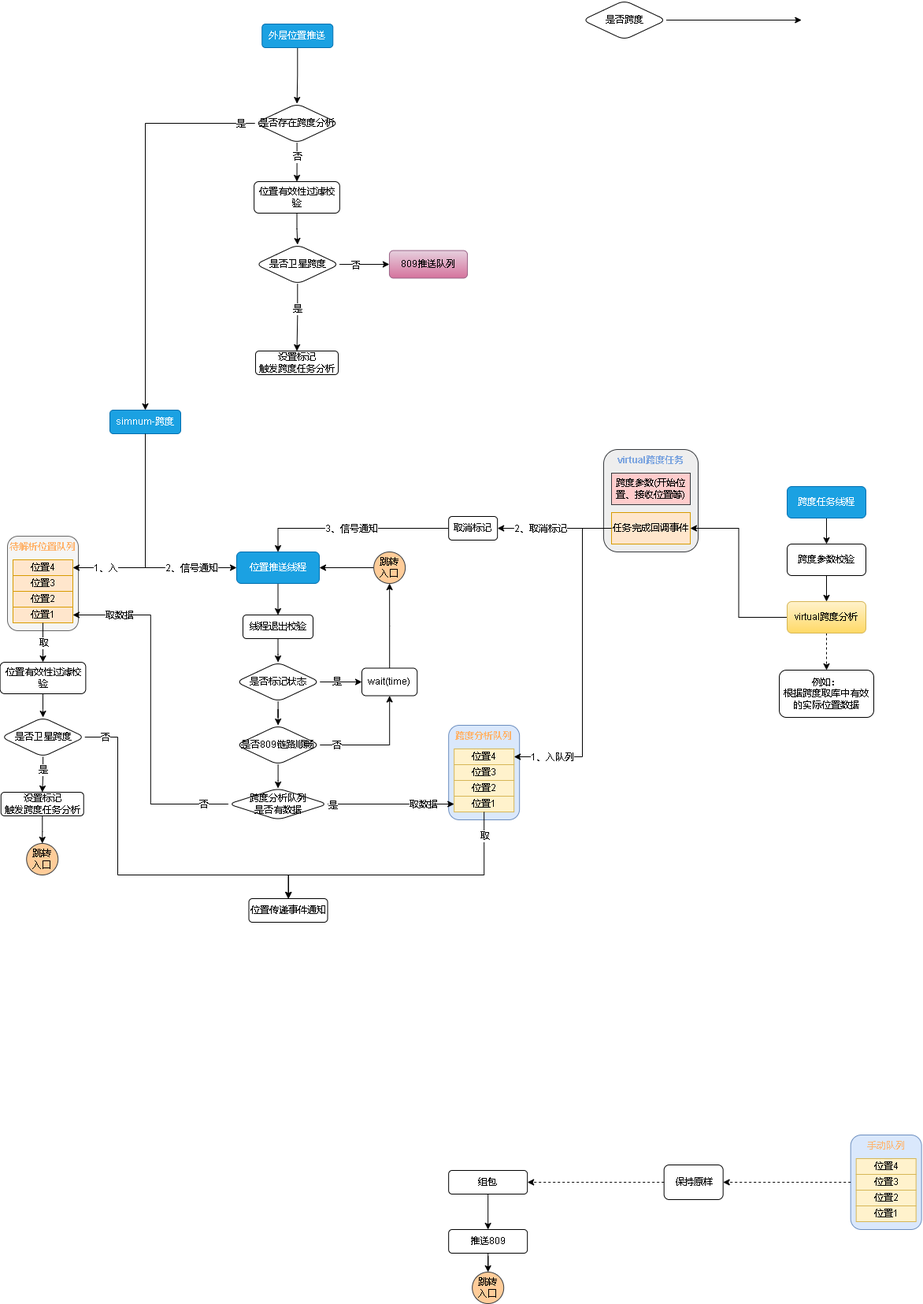
Above: 809数据跨度.drawio.png in xktder/draw (draw.io), before the change. Source tidied: cells renumbered, new cells last; positions are measured from the earlier drawing's top-left corner, leaving out a move shared by most shapes.
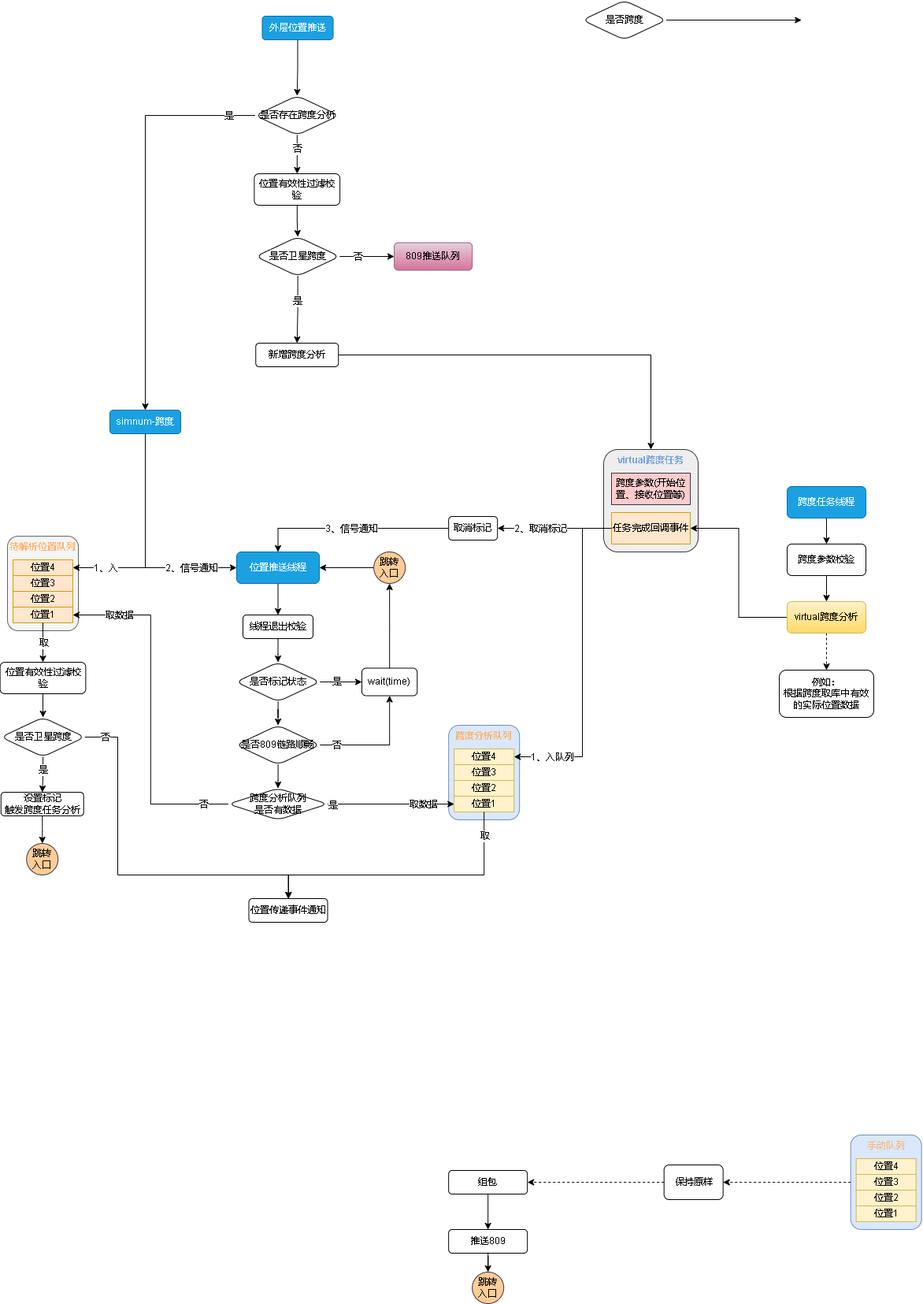
Above is the later version.

Commit message:
更新809数据跨度.drawio.png

Diff of the diagram source:
```diff
@@ -317,7 +317,7 @@
       <mxGeometry relative="1" as="geometry" />
     </mxCell>
     <mxCell id="91" value="外层位置推送" style="rounded=1;whiteSpace=wrap;html=1;fillColor=#1ba1e2;fontColor=#ffffff;strokeColor=#006EAF;" parent="1" vertex="1">
-      <mxGeometry x="332.3" y="30" width="90" height="30" as="geometry" />
+      <mxGeometry x="332.5" y="20" width="90" height="30" as="geometry" />
     </mxCell>
     <mxCell id="92" style="edgeStyle=orthogonalEdgeStyle;rounded=0;jettySize=auto;html=1;fontColor=#7EA6E0;" parent="1" edge="1" source="93">
       <mxGeometry relative="1" as="geometry">
@@ -331,7 +331,7 @@
       <mxGeometry relative="1" as="geometry" />
     </mxCell>
     <mxCell id="95" value="位置有效性过滤校验" style="rounded=1;whiteSpace=wrap;html=1;fontFamily=Helvetica;fontSize=12;fontColor=default;align=center;strokeColor=default;fillColor=default;" parent="1" vertex="1">
-      <mxGeometry x="322.1" y="230" width="108.8" height="40" as="geometry" />
+      <mxGeometry x="322.4" y="220" width="108.8" height="40" as="geometry" />
     </mxCell>
     <mxCell id="96" style="edgeStyle=orthogonalEdgeStyle;rounded=0;jettySize=auto;html=1;fontColor=#000000;entryX=0.5;entryY=0;entryDx=0;entryDy=0;" parent="1" edge="1" source="100" target="101">
       <mxGeometry relative="1" as="geometry" />
@@ -344,14 +344,17 @@
     </mxCell>
     <mxCell id="99" value="否" style="edgeLabel;html=1;align=center;verticalAlign=middle;fontColor=#000000;" parent="98" vertex="1">
       <mxGeometry x="-0.73" y="-1" relative="1" as="geometry">
-        <mxPoint x="11" as="offset" />
+        <mxPoint x="14" y="-1" as="offset" />
       </mxGeometry>
     </mxCell>
     <mxCell id="100" value="是否卫星跨度" style="rhombus;whiteSpace=wrap;html=1;fontColor=#000000;rounded=1;" parent="1" vertex="1">
-      <mxGeometry x="324" y="310" width="106.5" height="50" as="geometry" />
+      <mxGeometry x="324.3" y="300" width="106.5" height="50" as="geometry" />
     </mxCell>
+    <mxCell id="108" style="edgeStyle=orthogonalEdgeStyle;rounded=0;jettySize=auto;html=1;entryX=0.5;entryY=0;entryDx=0;entryDy=0;fontColor=#000000;" parent="1" edge="1" source="101" target="69">
+      <mxGeometry relative="1" as="geometry" />
+    </mxCell>
-    <mxCell id="101" value="设置标记&lt;br&gt;触发跨度任务分析" style="rounded=1;whiteSpace=wrap;html=1;fontColor=#000000;" parent="1" vertex="1">
-      <mxGeometry x="324" y="445" width="105" height="30" as="geometry" />
+    <mxCell id="101" value="新增跨度分析" style="rounded=1;whiteSpace=wrap;html=1;fontColor=#000000;" parent="1" vertex="1">
+      <mxGeometry x="324.3" y="435" width="105" height="30" as="geometry" />
     </mxCell>
     <mxCell id="102" style="edgeStyle=orthogonalEdgeStyle;rounded=0;jettySize=auto;html=1;fontColor=#7EA6E0;" parent="1" edge="1" source="106" target="95">
       <mxGeometry relative="1" as="geometry" />
@@ -364,14 +367,14 @@
     </mxCell>
     <mxCell id="105" value="是" style="edgeLabel;html=1;align=center;verticalAlign=middle;fontColor=#000000;" parent="104" vertex="1">
       <mxGeometry x="-0.92" y="-2" relative="1" as="geometry">
-        <mxPoint y="2" as="offset" />
+        <mxPoint x="-15" y="2" as="offset" />
       </mxGeometry>
     </mxCell>
     <mxCell id="106" value="是否存在跨度分析" style="rhombus;whiteSpace=wrap;html=1;fontColor=#000000;rounded=1;" parent="1" vertex="1">
-      <mxGeometry x="323.2" y="131" width="106.5" height="50" as="geometry" />
+      <mxGeometry x="323.5" y="121" width="106.5" height="50" as="geometry" />
     </mxCell>
     <mxCell id="107" value="809推送队列" style="whiteSpace=wrap;html=1;rounded=1;fillColor=#e6d0de;gradientColor=#d5739d;strokeColor=#996185;" parent="1" vertex="1">
-      <mxGeometry x="493.9" y="317.5" width="99.1" height="35" as="geometry" />
+      <mxGeometry x="500" y="307.5" width="99.1" height="35" as="geometry" />
     </mxCell>
   </root>
 </mxGraphModel>
```
